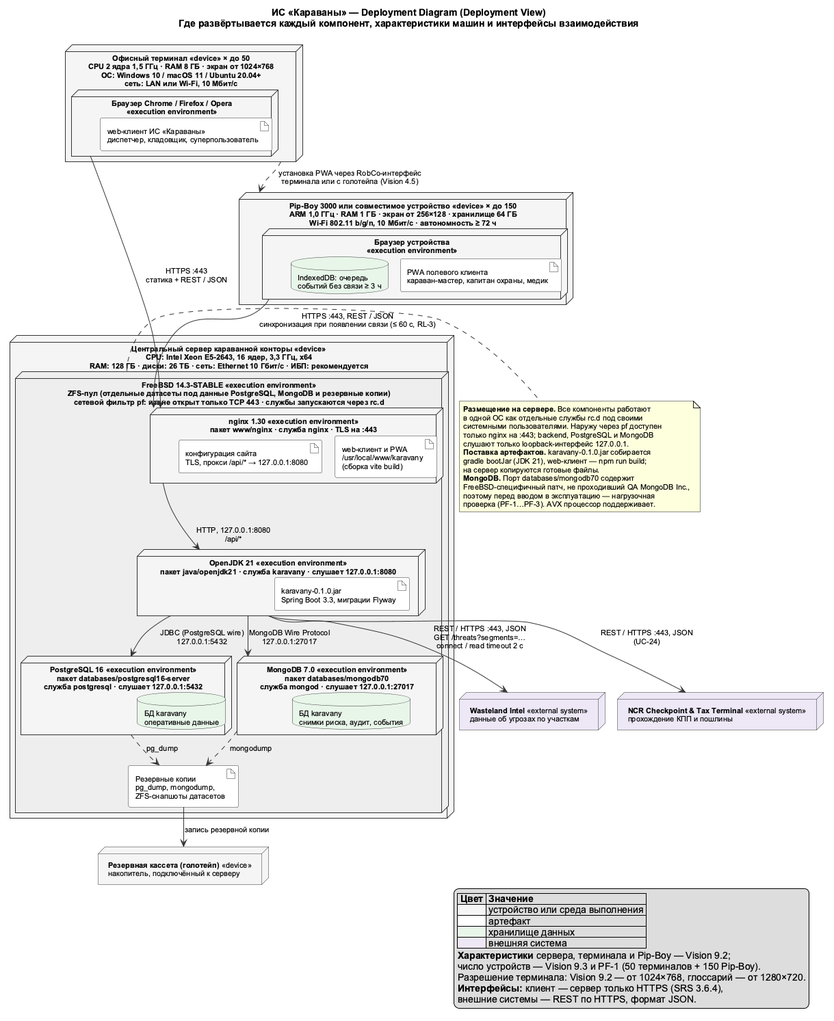
This is docs/diagrams/out/DEP_DeploymentView.png from granikartem/MPI, a PlantUML export, as it was before one commit.
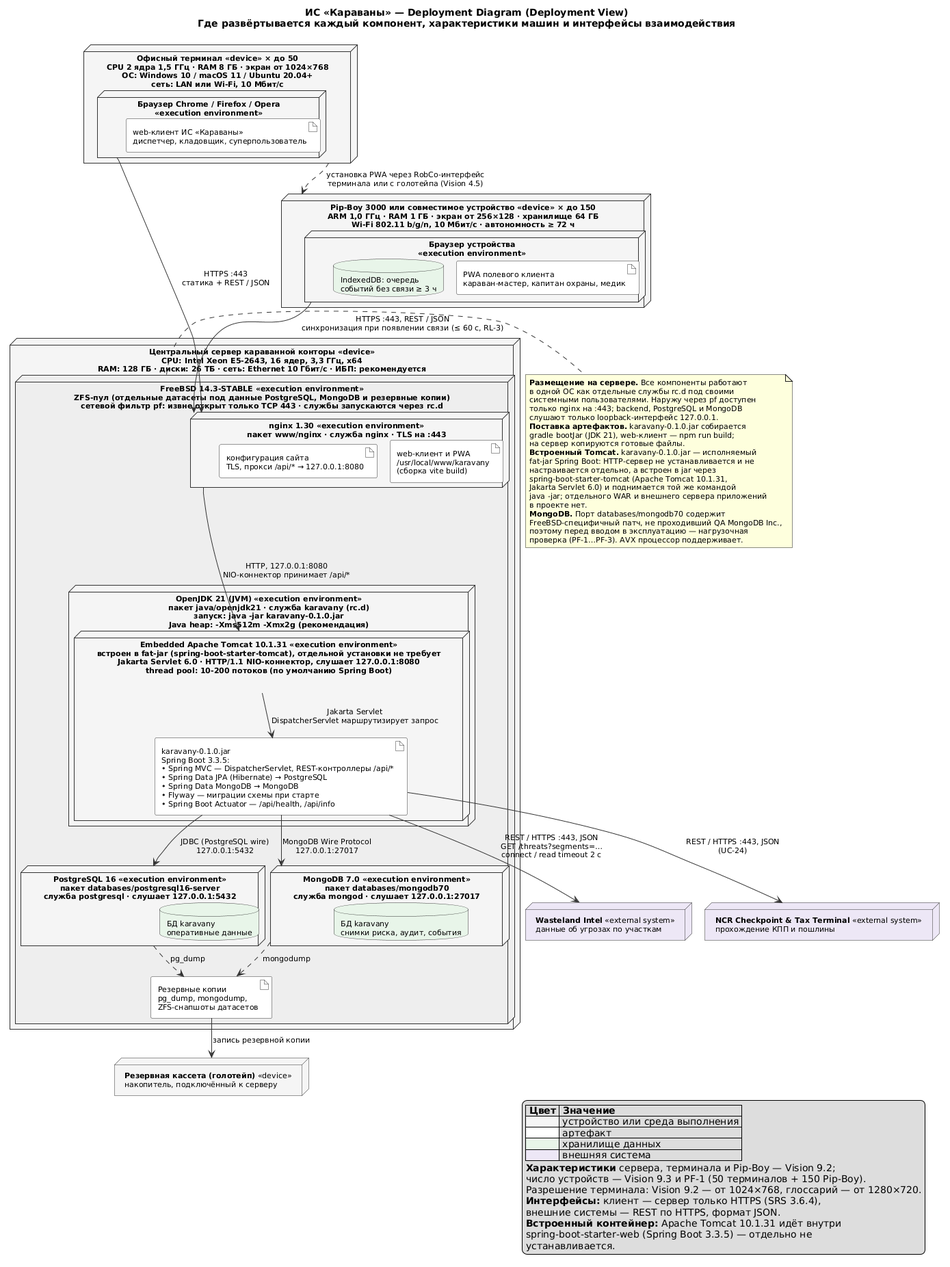
After the commit.

Commit message:
Исправлены диаграммы пакетов и развертывания

Diff of the diagram source:
```diff
@@ -28,8 +28,11 @@
       artifact "конфигурация сайта\nTLS, прокси /api/* → 127.0.0.1:8080" as A_NGINX_CONF
     }
 
-    node "**OpenJDK 21** <<execution environment>>\nпакет java/openjdk21 · служба karavany · слушает 127.0.0.1:8080" as JVM {
-      artifact "karavany-0.1.0.jar\nSpring Boot 3.3, миграции Flyway" as A_JAR
+    node "**OpenJDK 21 (JVM)** <<execution environment>>\nпакет java/openjdk21 · служба karavany (rc.d)\nзапуск: java -jar karavany-0.1.0.jar\nJava heap: -Xms512m -Xmx2g (рекомендация)" as JVM {
+
+      node "**Embedded Apache Tomcat 10.1.31** <<execution environment>>\nвстроен в fat-jar (spring-boot-starter-tomcat), отдельной установки не требует\nJakarta Servlet 6.0 · HTTP/1.1 NIO-коннектор, слушает 127.0.0.1:8080\nthread pool: 10-200 потоков (по умолчанию Spring Boot)" as TOMCAT {
+        artifact "karavany-0.1.0.jar\nSpring Boot 3.3.5:\n• Spring MVC — DispatcherServlet, REST-контроллеры /api/*\n• Spring Data JPA (Hibernate) → PostgreSQL\n• Spring Data MongoDB → MongoDB\n• Flyway — миграции схемы при старте\n• Spring Boot Actuator — /api/health, /api/info" as A_JAR
+      }
     }
 
     node "**PostgreSQL 16** <<execution environment>>\nпакет databases/postgresql16-server\nслужба postgresql · слушает 127.0.0.1:5432" as PG {
@@ -64,11 +67,12 @@
 
 BROWSER --> NGINX : HTTPS :443\nстатика + REST / JSON
 PIP_BROWSER --> NGINX : HTTPS :443, REST / JSON\nсинхронизация при появлении связи (≤ 60 с, RL-3)
-NGINX --> JVM : HTTP, 127.0.0.1:8080\n/api/*
-JVM --> PG : JDBC (PostgreSQL wire)\n127.0.0.1:5432
-JVM --> MONGO : MongoDB Wire Protocol\n127.0.0.1:27017
-JVM --> WI : REST / HTTPS :443, JSON\nGET /threats?segments=…\nconnect / read timeout 2 с
-JVM --> NCR : REST / HTTPS :443, JSON\n(UC-24)
+NGINX --> TOMCAT : HTTP, 127.0.0.1:8080\nNIO-коннектор принимает /api/*
+TOMCAT --> A_JAR : Jakarta Servlet\nDispatcherServlet маршрутизирует запрос
+A_JAR --> PG : JDBC (PostgreSQL wire)\n127.0.0.1:5432
+A_JAR --> MONGO : MongoDB Wire Protocol\n127.0.0.1:27017
+A_JAR --> WI : REST / HTTPS :443, JSON\nGET /threats?segments=…\nconnect / read timeout 2 с
+A_JAR --> NCR : REST / HTTPS :443, JSON\n(UC-24)
 PG ..> A_BACKUP : pg_dump
 MONGO ..> A_BACKUP : mongodump
 A_BACKUP --> HOLO : запись резервной копии
@@ -83,6 +87,13 @@
   **Поставка артефактов.** karavany-0.1.0.jar собирается
   gradle bootJar (JDK 21), web-клиент — npm run build;
   на сервер копируются готовые файлы.
+  **Встроенный Tomcat.** karavany-0.1.0.jar — исполняемый
+  fat-jar Spring Boot: HTTP-сервер не устанавливается и не
+  настраивается отдельно, а встроен в jar через
+  spring-boot-starter-tomcat (Apache Tomcat 10.1.31,
+  Jakarta Servlet 6.0) и поднимается той же командой
+  java -jar; отдельного WAR и внешнего сервера приложений
+  в проекте нет.
   **MongoDB.** Порт databases/mongodb70 содержит
   FreeBSD-специфичный патч, не проходивший QA MongoDB Inc.,
   поэтому перед вводом в эксплуатацию — нагрузочная
@@ -100,5 +111,8 @@
   Разрешение терминала: Vision 9.2 — от 1024×768, глоссарий — от 1280×720.
   **Интерфейсы:** клиент — сервер только HTTPS (SRS 3.6.4),
   внешние системы — REST по HTTPS, формат JSON.
+  **Встроенный контейнер:** Apache Tomcat 10.1.31 идёт внутри
+  spring-boot-starter-web (Spring Boot 3.3.5) — отдельно не
+  устанавливается.
 endlegend
 @enduml
```
